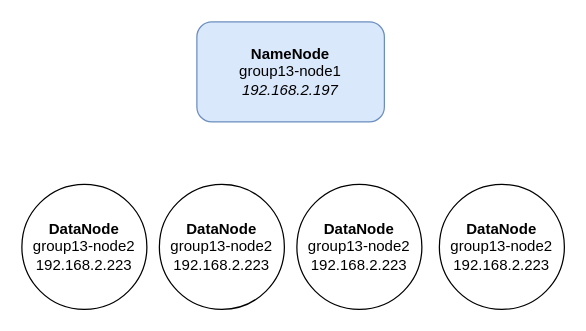
This is Untitled Diagram.drawio from brittaao/data-engineering-1-project, a draw.io file, before an edit. Source tidied: cells renumbered, new cells numbered last; positions are measured from the earlier drawing's top-left corner, leaving out a move shared by most shapes. Both pictures are drawn from the tidied source at 125%, with x=0, y=0 at pixel (21, 21).
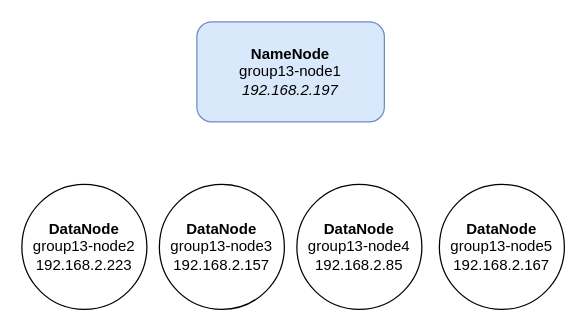
After the change.

Change to the diagram source:
```diff
@@
 <mxGraphModel>
   <root>
     <mxCell id="0" />
     <mxCell id="1" parent="0" />
     <mxCell id="2" value="&lt;div&gt;&lt;b&gt;NameNode&lt;/b&gt;&lt;/div&gt;&lt;div&gt;group13-node1&lt;/div&gt;&lt;div&gt;&lt;i&gt;192.168.2.197&lt;/i&gt;&lt;/div&gt;" style="rounded=1;whiteSpace=wrap;html=1;fillColor=#dae8fc;strokeColor=#6c8ebf;" parent="1" vertex="1">
       <mxGeometry x="140" width="150" height="80" as="geometry" />
     </mxCell>
     <mxCell id="3" value="&lt;div&gt;&lt;b&gt;DataNode&lt;/b&gt;&lt;/div&gt;&lt;div&gt;group13-node2&lt;/div&gt;&lt;div&gt;192.168.2.223&lt;/div&gt;" style="ellipse;whiteSpace=wrap;html=1;" parent="1" vertex="1">
       <mxGeometry y="130" width="100" height="100" as="geometry" />
     </mxCell>
-    <mxCell id="4" value="&lt;div&gt;&lt;b&gt;DataNode&lt;/b&gt;&lt;/div&gt;&lt;div&gt;group13-node2&lt;/div&gt;&lt;div&gt;192.168.2.223&lt;/div&gt;" style="ellipse;whiteSpace=wrap;html=1;" parent="1" vertex="1">
+    <mxCell id="4" value="&lt;div&gt;&lt;b&gt;DataNode&lt;/b&gt;&lt;/div&gt;&lt;div&gt;group13-node3&lt;/div&gt;&lt;div&gt;192.168.2.157&lt;/div&gt;" style="ellipse;whiteSpace=wrap;html=1;" parent="1" vertex="1">
       <mxGeometry x="110" y="130" width="100" height="100" as="geometry" />
     </mxCell>
-    <mxCell id="5" value="&lt;div&gt;&lt;b&gt;DataNode&lt;/b&gt;&lt;/div&gt;&lt;div&gt;group13-node2&lt;/div&gt;&lt;div&gt;192.168.2.223&lt;/div&gt;" style="ellipse;whiteSpace=wrap;html=1;" parent="1" vertex="1">
+    <mxCell id="5" value="&lt;div&gt;&lt;b&gt;DataNode&lt;/b&gt;&lt;/div&gt;&lt;div&gt;group13-node4&lt;/div&gt;&lt;div&gt;192.168.2.85&lt;/div&gt;" style="ellipse;whiteSpace=wrap;html=1;" parent="1" vertex="1">
       <mxGeometry x="220" y="130" width="100" height="100" as="geometry" />
     </mxCell>
-    <mxCell id="6" value="&lt;div&gt;&lt;b&gt;DataNode&lt;/b&gt;&lt;/div&gt;&lt;div&gt;group13-node2&lt;/div&gt;&lt;div&gt;192.168.2.223&lt;/div&gt;" style="ellipse;whiteSpace=wrap;html=1;" parent="1" vertex="1">
+    <mxCell id="6" value="&lt;div&gt;&lt;b&gt;DataNode&lt;/b&gt;&lt;/div&gt;&lt;div&gt;group13-node5&lt;/div&gt;&lt;div&gt;192.168.2.167&lt;/div&gt;" style="ellipse;whiteSpace=wrap;html=1;" parent="1" vertex="1">
       <mxGeometry x="334" y="130" width="100" height="100" as="geometry" />
     </mxCell>
   </root>
 </mxGraphModel>
```
